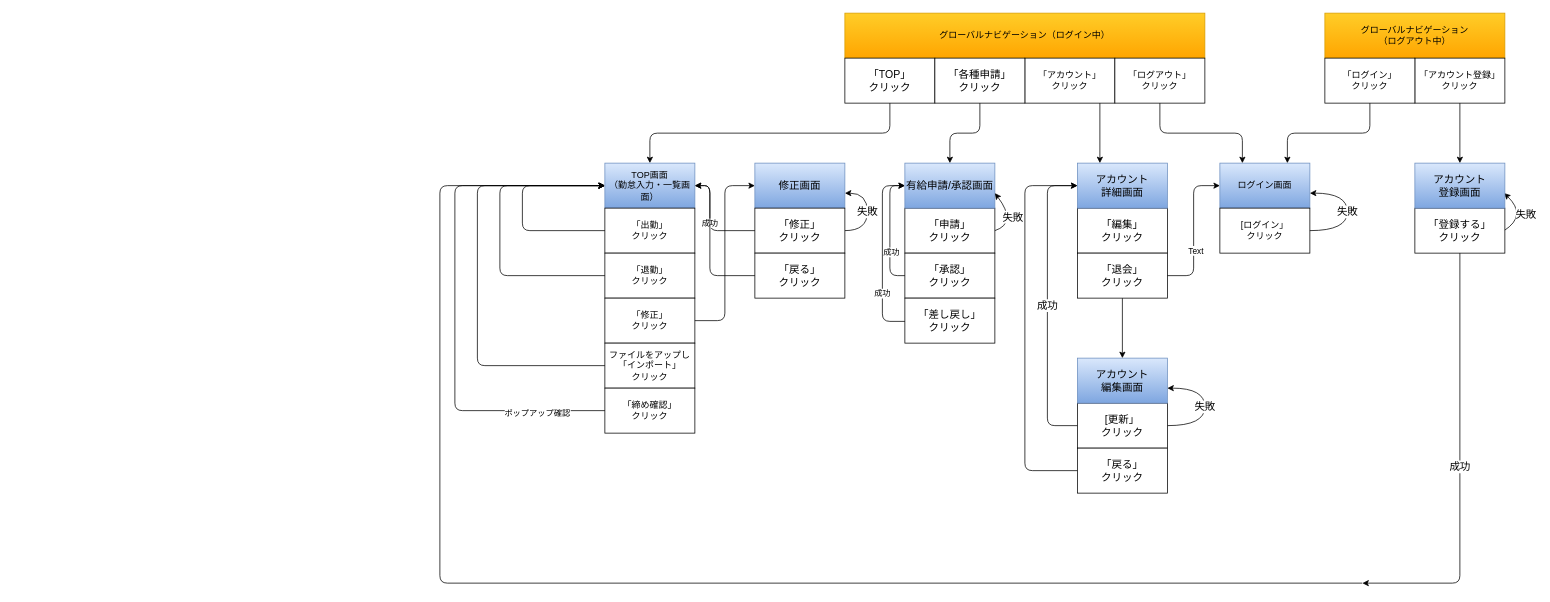
Before: screen_transition.drawio in ushimedia/catalog_task_2, a draw.io diagram. Source tidied: cells renumbered, new cells numbered last; positions are measured from the earlier drawing's top-left corner, leaving out a move shared by most shapes. Both pictures are drawn from the tidied source at 75%, with x=0, y=0 at pixel (440, 13).
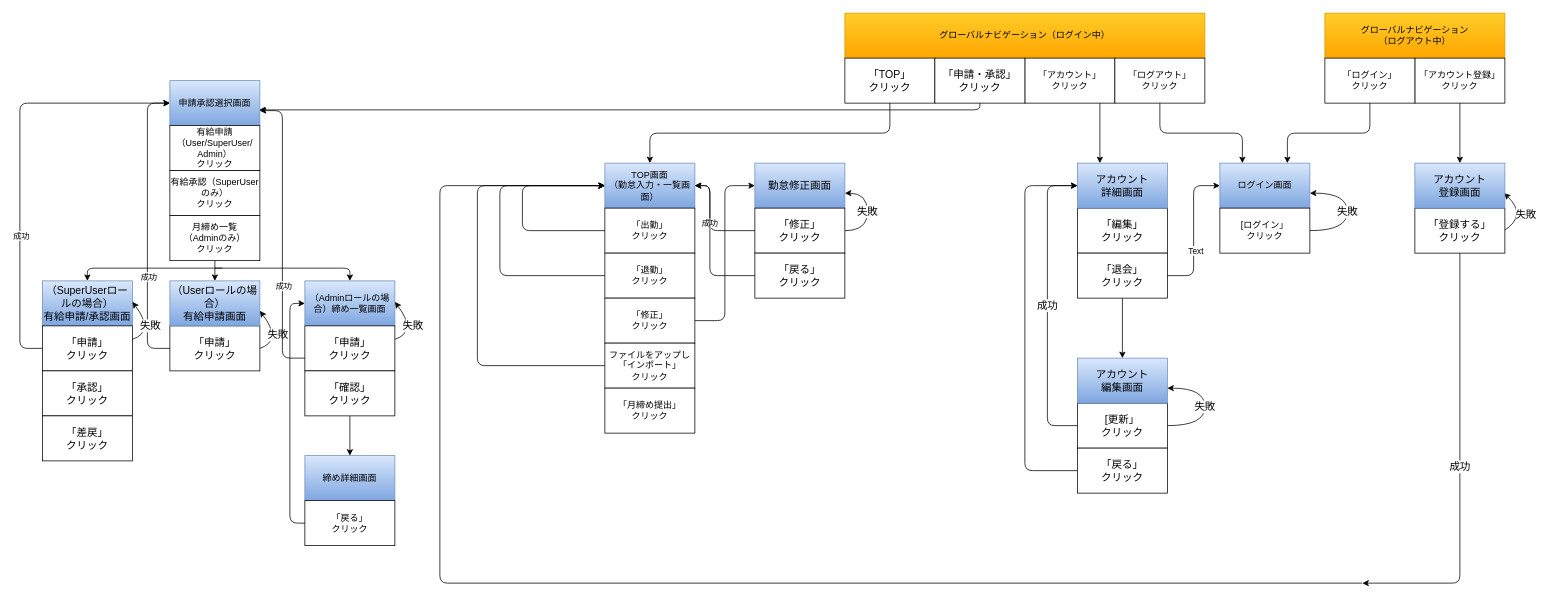
Above is the later version.

The change refers to these unchanged cells:
```xml
<mxCell id="43" value="TOP画面&lt;br&gt;（勤怠入力・一覧画面）" style="rounded=0;whiteSpace=wrap;html=1;fillColor=#dae8fc;gradientColor=#7ea6e0;strokeColor=#6c8ebf;" parent="1" vertex="1">
  <mxGeometry x="220" y="200" width="120" height="60" as="geometry" />
</mxCell>
```

Change to the diagram source:
```diff
@@
     <mxCell id="18" value="「申請」&lt;br&gt;クリック" style="rounded=0;whiteSpace=wrap;html=1;fontSize=14;" parent="1" vertex="1">
-      <mxGeometry x="620" y="260" width="120" height="60" as="geometry" />
+      <mxGeometry x="-360" y="417" width="120" height="60" as="geometry" />
     </mxCell>
@@
-    <mxCell id="31" value="修正画面" style="rounded=0;whiteSpace=wrap;html=1;fontSize=14;fillColor=#dae8fc;gradientColor=#7ea6e0;strokeColor=#6c8ebf;" parent="1" vertex="1">
+    <mxCell id="31" value="勤怠修正画面" style="rounded=0;whiteSpace=wrap;html=1;fontSize=14;fillColor=#dae8fc;gradientColor=#7ea6e0;strokeColor=#6c8ebf;" parent="1" vertex="1">
       <mxGeometry x="420" y="200" width="120" height="60" as="geometry" />
     </mxCell>
@@
-    <mxCell id="34" value="有給申請/承認画面" style="rounded=0;whiteSpace=wrap;html=1;fontSize=14;fillColor=#dae8fc;gradientColor=#7ea6e0;strokeColor=#6c8ebf;" parent="1" vertex="1">
-      <mxGeometry x="620" y="200" width="120" height="60" as="geometry" />
+    <mxCell id="34" value="（Userロールの場合）&lt;br&gt;有給申請画面" style="rounded=0;whiteSpace=wrap;html=1;fontSize=14;fillColor=#dae8fc;gradientColor=#7ea6e0;strokeColor=#6c8ebf;" parent="1" vertex="1">
+      <mxGeometry x="-360" y="357" width="120" height="60" as="geometry" />
     </mxCell>
     <mxCell id="35" value="&lt;font style=&quot;font-size: 14px&quot;&gt;失敗&lt;/font&gt;" style="curved=1;endArrow=classic;html=1;" parent="1" edge="1">
       <mxGeometry relative="1" as="geometry">
-        <mxPoint x="740" y="290" as="sourcePoint" />
-        <mxPoint x="740" y="240" as="targetPoint" />
+        <mxPoint x="-240" y="447" as="sourcePoint" />
+        <mxPoint x="-240" y="397" as="targetPoint" />
         <Array as="points">
-          <mxPoint x="770" y="280" />
-          <mxPoint x="740" y="240" />
+          <mxPoint x="-210" y="437" />
+          <mxPoint x="-240" y="397" />
         </Array>
       </mxGeometry>
     </mxCell>
@@
-    <mxCell id="40" value="「各種申請」&lt;br&gt;クリック" style="rounded=0;whiteSpace=wrap;html=1;fontSize=14;" parent="1" vertex="1">
+    <mxCell id="40" value="「申請・承認」&lt;br&gt;クリック" style="rounded=0;whiteSpace=wrap;html=1;fontSize=14;" parent="1" vertex="1">
       <mxGeometry x="660" y="60" width="120" height="60" as="geometry" />
     </mxCell>
-    <mxCell id="41" style="edgeStyle=elbowEdgeStyle;elbow=vertical;endArrow=classic;html=1;fontSize=14;entryX=0.5;entryY=0;entryDx=0;entryDy=0;exitX=0.5;exitY=1;exitDx=0;exitDy=0;" parent="1" edge="1" source="40" target="34">
-      <mxGeometry relative="1" as="geometry" />
+    <mxCell id="41" style="edgeStyle=elbowEdgeStyle;elbow=vertical;endArrow=classic;html=1;fontSize=14;entryX=0.992;entryY=0.644;entryDx=0;entryDy=0;entryPerimeter=0;" parent="1" edge="1" target="67">
+      <mxGeometry relative="1" as="geometry">
+        <mxPoint x="720" y="120" as="sourcePoint" />
+        <Array as="points">
+          <mxPoint x="280" y="129" />
+        </Array>
+      </mxGeometry>
     </mxCell>
@@
-    <mxCell id="54" value="「承認」&lt;br&gt;クリック" style="rounded=0;whiteSpace=wrap;html=1;fontSize=14;" parent="1" vertex="1">
-      <mxGeometry x="620" y="320" width="120" height="60" as="geometry" />
-    </mxCell>
-    <mxCell id="55" value="「差し戻し」&lt;br&gt;クリック" style="rounded=0;whiteSpace=wrap;html=1;fontSize=14;" parent="1" vertex="1">
-      <mxGeometry x="620" y="380" width="120" height="60" as="geometry" />
-    </mxCell>
-    <mxCell id="56" style="edgeStyle=elbowEdgeStyle;elbow=horizontal;endArrow=classic;html=1;entryX=0;entryY=0.5;entryDx=0;entryDy=0;" parent="1" edge="1" target="34">
-      <mxGeometry relative="1" as="geometry">
-        <mxPoint x="620" y="411" as="sourcePoint" />
-        <Array as="points">
-          <mxPoint x="590" y="320" />
-        </Array>
-      </mxGeometry>
-    </mxCell>
-    <mxCell id="57" value="成功" style="edgeLabel;html=1;align=center;verticalAlign=middle;" parent="56" vertex="1">
-      <mxGeometry x="-0.44" y="1" relative="1" as="geometry">
-        <mxPoint y="-1" as="offset" />
-      </mxGeometry>
-    </mxCell>
-    <mxCell id="58" style="edgeStyle=elbowEdgeStyle;elbow=horizontal;endArrow=classic;html=1;exitX=0;exitY=0.5;exitDx=0;exitDy=0;" parent="1" edge="1" source="54">
+    <mxCell id="58" style="edgeStyle=elbowEdgeStyle;elbow=horizontal;endArrow=classic;html=1;exitX=0;exitY=0.5;exitDx=0;exitDy=0;entryX=0;entryY=0.5;entryDx=0;entryDy=0;" parent="1" edge="1" source="18" target="67">
       <mxGeometry relative="1" as="geometry">
-        <mxPoint x="620" y="230" as="targetPoint" />
         <Array as="points">
-          <mxPoint x="600" y="330" />
+          <mxPoint x="-390" y="410" />
         </Array>
       </mxGeometry>
     </mxCell>
@@
-    <mxCell id="60" value="「締め確認」&lt;br&gt;クリック" style="rounded=0;whiteSpace=wrap;html=1;" parent="1" vertex="1">
+    <mxCell id="60" value="「月締め提出」&lt;br&gt;クリック" style="rounded=0;whiteSpace=wrap;html=1;" parent="1" vertex="1">
       <mxGeometry x="220" y="500" width="120" height="60" as="geometry" />
     </mxCell>
-    <mxCell id="61" style="edgeStyle=elbowEdgeStyle;elbow=horizontal;endArrow=classic;html=1;entryX=0;entryY=0.5;entryDx=0;entryDy=0;exitX=0;exitY=0.5;exitDx=0;exitDy=0;" parent="1" edge="1" source="60" target="43">
-      <mxGeometry relative="1" as="geometry">
-        <Array as="points">
-          <mxPoint x="20" y="390" />
-        </Array>
-      </mxGeometry>
-    </mxCell>
-    <mxCell id="62" value="ポップアップ確認" style="edgeLabel;html=1;align=center;verticalAlign=middle;" parent="61" vertex="1">
-      <mxGeometry x="-0.74" y="2" relative="1" as="geometry" />
-    </mxCell>
+    <mxCell id="63" value="（Adminロールの場合）締め一覧画面" style="rounded=0;whiteSpace=wrap;html=1;fillColor=#dae8fc;gradientColor=#7ea6e0;strokeColor=#6c8ebf;" parent="1" vertex="1">
+      <mxGeometry x="-180" y="357" width="120" height="60" as="geometry" />
+    </mxCell>
+    <mxCell id="64" value="（SuperUserロールの場合）&lt;br&gt;有給申請/承認画面" style="rounded=0;whiteSpace=wrap;html=1;fontSize=14;fillColor=#dae8fc;gradientColor=#7ea6e0;strokeColor=#6c8ebf;" parent="1" vertex="1">
+      <mxGeometry x="-530" y="357" width="120" height="60" as="geometry" />
+    </mxCell>
+    <mxCell id="65" value="「申請」&lt;br&gt;クリック" style="rounded=0;whiteSpace=wrap;html=1;fontSize=14;" parent="1" vertex="1">
+      <mxGeometry x="-530" y="417" width="120" height="60" as="geometry" />
+    </mxCell>
+    <mxCell id="54" value="「承認」&lt;br&gt;クリック" style="rounded=0;whiteSpace=wrap;html=1;fontSize=14;" parent="1" vertex="1">
+      <mxGeometry x="-530" y="477" width="120" height="60" as="geometry" />
+    </mxCell>
+    <mxCell id="66" value="「差戻」&lt;br&gt;クリック" style="rounded=0;whiteSpace=wrap;html=1;fontSize=14;" parent="1" vertex="1">
+      <mxGeometry x="-530" y="537" width="120" height="60" as="geometry" />
+    </mxCell>
+    <mxCell id="67" value="申請承認選択画面" style="rounded=0;whiteSpace=wrap;html=1;fillColor=#dae8fc;gradientColor=#7ea6e0;strokeColor=#6c8ebf;" parent="1" vertex="1">
+      <mxGeometry x="-360" y="90" width="120" height="60" as="geometry" />
+    </mxCell>
+    <mxCell id="68" value="有給申請（User/SuperUser/&lt;br&gt;Admin）&lt;br&gt;クリック" style="rounded=0;whiteSpace=wrap;html=1;" parent="1" vertex="1">
+      <mxGeometry x="-360" y="150" width="120" height="60" as="geometry" />
+    </mxCell>
+    <mxCell id="69" value="有給承認（SuperUserのみ）&lt;br&gt;クリック" style="rounded=0;whiteSpace=wrap;html=1;" parent="1" vertex="1">
+      <mxGeometry x="-360" y="210" width="120" height="60" as="geometry" />
+    </mxCell>
+    <mxCell id="70" value="月締め一覧&lt;br&gt;（Adminのみ）&lt;br&gt;クリック" style="rounded=0;whiteSpace=wrap;html=1;" parent="1" vertex="1">
+      <mxGeometry x="-360" y="270" width="120" height="60" as="geometry" />
+    </mxCell>
+    <mxCell id="71" value="「申請」&lt;br&gt;クリック" style="rounded=0;whiteSpace=wrap;html=1;fontSize=14;" parent="1" vertex="1">
+      <mxGeometry x="-180" y="417" width="120" height="60" as="geometry" />
+    </mxCell>
+    <mxCell id="72" value="「確認」&lt;br&gt;クリック" style="rounded=0;whiteSpace=wrap;html=1;fontSize=14;" parent="1" vertex="1">
+      <mxGeometry x="-180" y="477" width="120" height="60" as="geometry" />
+    </mxCell>
+    <mxCell id="73" style="endArrow=classic;html=1;entryX=0.5;entryY=0;entryDx=0;entryDy=0;exitX=0.5;exitY=1;exitDx=0;exitDy=0;" parent="1" edge="1" source="70" target="34">
+      <mxGeometry relative="1" as="geometry" />
+    </mxCell>
+    <mxCell id="74" style="edgeStyle=segmentEdgeStyle;endArrow=classic;html=1;entryX=0.5;entryY=0;entryDx=0;entryDy=0;" parent="1" edge="1" target="63">
+      <mxGeometry relative="1" as="geometry">
+        <mxPoint x="-300" y="340" as="sourcePoint" />
+      </mxGeometry>
+    </mxCell>
+    <mxCell id="75" style="edgeStyle=segmentEdgeStyle;endArrow=classic;html=1;entryX=0.5;entryY=0;entryDx=0;entryDy=0;" parent="1" edge="1" target="64">
+      <mxGeometry relative="1" as="geometry">
+        <mxPoint x="-290" y="340" as="sourcePoint" />
+      </mxGeometry>
+    </mxCell>
+    <mxCell id="76" style="edgeStyle=elbowEdgeStyle;elbow=horizontal;endArrow=classic;html=1;exitX=0;exitY=0.5;exitDx=0;exitDy=0;entryX=0;entryY=0.5;entryDx=0;entryDy=0;" parent="1" edge="1" target="67">
+      <mxGeometry relative="1" as="geometry">
+        <mxPoint x="-530" y="447" as="sourcePoint" />
+        <Array as="points">
+          <mxPoint x="-560" y="410" />
+        </Array>
+      </mxGeometry>
+    </mxCell>
+    <mxCell id="77" value="成功" style="edgeLabel;html=1;align=center;verticalAlign=middle;" parent="76" vertex="1">
+      <mxGeometry x="-0.35" y="-1" relative="1" as="geometry" />
+    </mxCell>
+    <mxCell id="78" style="endArrow=classic;html=1;exitX=0.5;exitY=1;exitDx=0;exitDy=0;" parent="1" edge="1" source="72">
+      <mxGeometry relative="1" as="geometry">
+        <mxPoint x="-120" y="590" as="targetPoint" />
+      </mxGeometry>
+    </mxCell>
+    <mxCell id="79" value="締め詳細画面" style="rounded=0;whiteSpace=wrap;html=1;fillColor=#dae8fc;gradientColor=#7ea6e0;strokeColor=#6c8ebf;" parent="1" vertex="1">
+      <mxGeometry x="-180" y="590" width="120" height="60" as="geometry" />
+    </mxCell>
+    <mxCell id="80" value="「戻る」&lt;br&gt;クリック" style="rounded=0;whiteSpace=wrap;html=1;" parent="1" vertex="1">
+      <mxGeometry x="-180" y="650" width="120" height="60" as="geometry" />
+    </mxCell>
+    <mxCell id="81" style="edgeStyle=elbowEdgeStyle;elbow=horizontal;endArrow=classic;html=1;entryX=0;entryY=0.5;entryDx=0;entryDy=0;exitX=0;exitY=0.5;exitDx=0;exitDy=0;" parent="1" edge="1" source="80" target="63">
+      <mxGeometry relative="1" as="geometry">
+        <Array as="points">
+          <mxPoint x="-200" y="530" />
+        </Array>
+      </mxGeometry>
+    </mxCell>
+    <mxCell id="82" value="&lt;font style=&quot;font-size: 14px&quot;&gt;失敗&lt;/font&gt;" style="curved=1;endArrow=classic;html=1;" parent="1" edge="1">
+      <mxGeometry relative="1" as="geometry">
+        <mxPoint x="-60" y="435" as="sourcePoint" />
+        <mxPoint x="-60" y="385" as="targetPoint" />
+        <Array as="points">
+          <mxPoint x="-30" y="425" />
+          <mxPoint x="-60" y="385" />
+        </Array>
+      </mxGeometry>
+    </mxCell>
+    <mxCell id="83" value="&lt;font style=&quot;font-size: 14px&quot;&gt;失敗&lt;/font&gt;" style="curved=1;endArrow=classic;html=1;" parent="1" edge="1">
+      <mxGeometry relative="1" as="geometry">
+        <mxPoint x="-410" y="435" as="sourcePoint" />
+        <mxPoint x="-410" y="385" as="targetPoint" />
+        <Array as="points">
+          <mxPoint x="-380" y="425" />
+          <mxPoint x="-410" y="385" />
+        </Array>
+      </mxGeometry>
+    </mxCell>
+    <mxCell id="84" style="edgeStyle=elbowEdgeStyle;elbow=horizontal;endArrow=classic;html=1;exitX=0;exitY=0.5;exitDx=0;exitDy=0;" parent="1" edge="1">
+      <mxGeometry relative="1" as="geometry">
+        <mxPoint x="-180" y="460" as="sourcePoint" />
+        <mxPoint x="-240" y="130" as="targetPoint" />
+        <Array as="points">
+          <mxPoint x="-210" y="423" />
+        </Array>
+      </mxGeometry>
+    </mxCell>
+    <mxCell id="85" value="成功" style="edgeLabel;html=1;align=center;verticalAlign=middle;" parent="84" vertex="1">
+      <mxGeometry x="-0.35" y="-1" relative="1" as="geometry" />
+    </mxCell>
```
